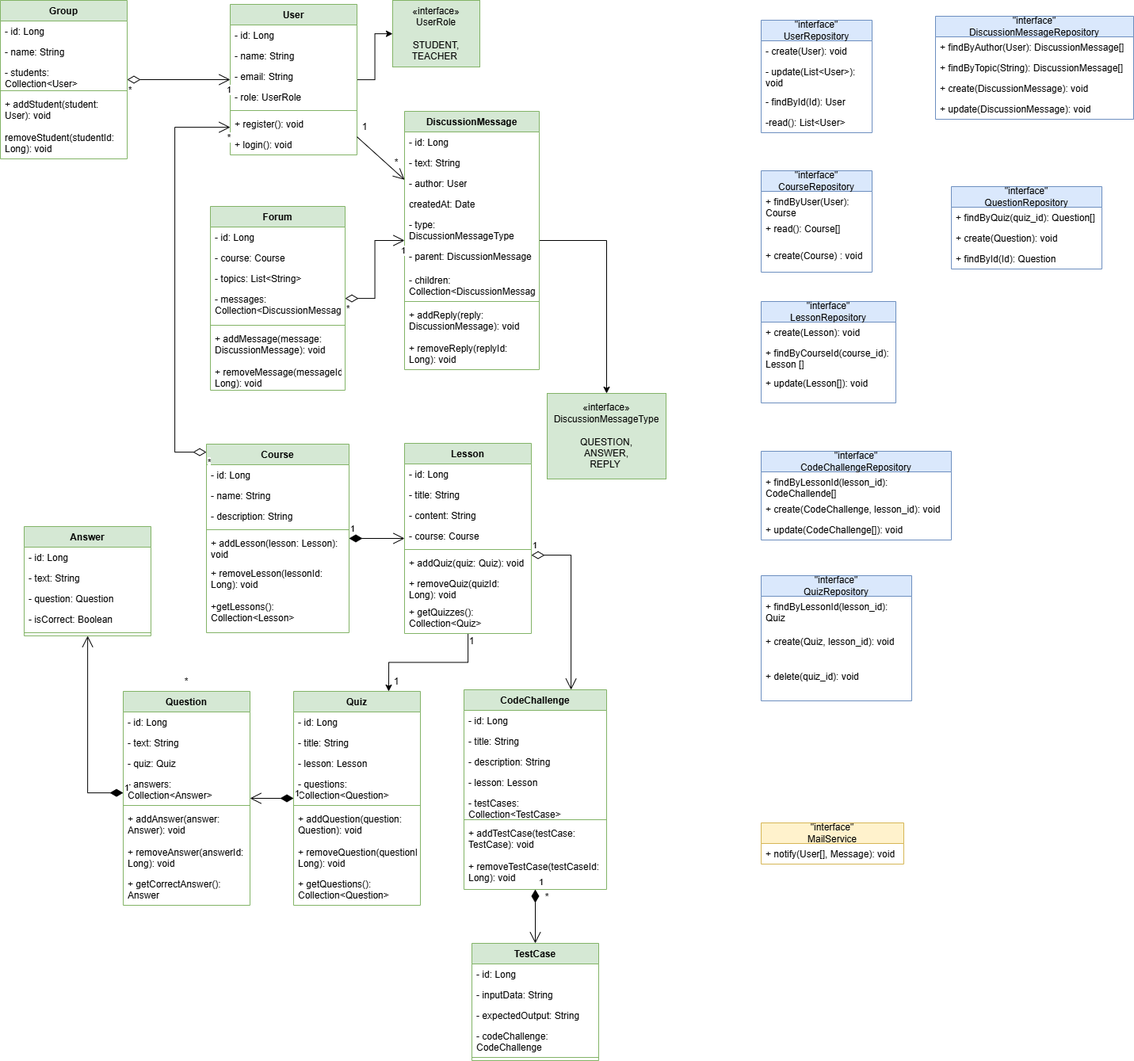
The draw.io diagram akademia_diagram.png in NikolajHon/Academy_Backend, before a commit. Source tidied: cells renumbered, new cells last; positions are measured from the earlier drawing's top-left corner, leaving out a move shared by most shapes.
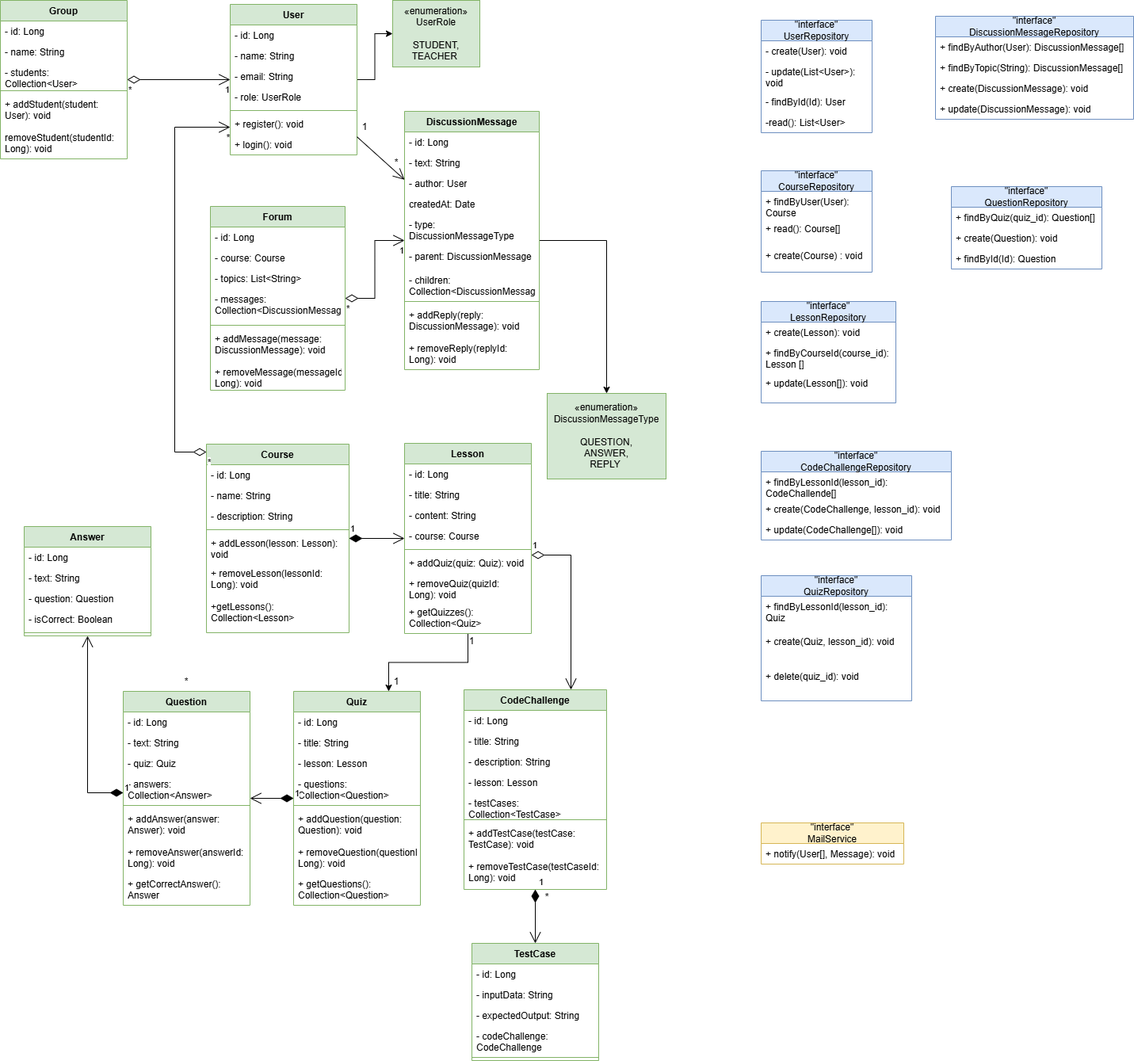
After the commit.

Change to the diagram source:
```diff
@@ -281,10 +281,10 @@
     <mxCell id="94" value="removeStudent(studentId: Long): void" style="text;strokeColor=none;fillColor=none;align=left;verticalAlign=top;spacingLeft=4;spacingRight=4;overflow=hidden;whiteSpace=wrap;html=1;" parent="88" vertex="1">
       <mxGeometry y="160" width="160" height="40" as="geometry" />
     </mxCell>
-    <mxCell id="95" value="«interface»&lt;br&gt;UserRole&lt;div&gt;&lt;br&gt;&lt;/div&gt;&lt;div&gt;STUDENT,&lt;/div&gt;&lt;div&gt;TEACHER&amp;nbsp;&lt;/div&gt;" style="html=1;whiteSpace=wrap;fillColor=#d5e8d4;strokeColor=#82b366;" parent="1" vertex="1">
+    <mxCell id="95" value="«enumeration»&lt;br&gt;UserRole&lt;div&gt;&lt;br&gt;&lt;/div&gt;&lt;div&gt;STUDENT,&lt;/div&gt;&lt;div&gt;TEACHER&amp;nbsp;&lt;/div&gt;" style="html=1;whiteSpace=wrap;fillColor=#d5e8d4;strokeColor=#82b366;" parent="1" vertex="1">
       <mxGeometry x="495" width="110" height="84" as="geometry" />
     </mxCell>
-    <mxCell id="96" value="«interface»&lt;br&gt;DiscussionMessageType&lt;div&gt;&lt;br&gt;&lt;/div&gt;&lt;div&gt;QUESTION,&lt;/div&gt;&lt;div&gt;&lt;span style=&quot;background-color: transparent; color: light-dark(rgb(0, 0, 0), rgb(255, 255, 255));&quot;&gt;ANSWER,&lt;/span&gt;&lt;/div&gt;&lt;div&gt;&lt;span style=&quot;background-color: transparent; color: light-dark(rgb(0, 0, 0), rgb(255, 255, 255));&quot;&gt;REPLY&amp;nbsp;&lt;/span&gt;&lt;/div&gt;" style="html=1;whiteSpace=wrap;fillColor=#d5e8d4;strokeColor=#82b366;" parent="1" vertex="1">
+    <mxCell id="96" value="«enumeration»&lt;br&gt;DiscussionMessageType&lt;div&gt;&lt;br&gt;&lt;/div&gt;&lt;div&gt;QUESTION,&lt;/div&gt;&lt;div&gt;&lt;span style=&quot;background-color: transparent; color: light-dark(rgb(0, 0, 0), rgb(255, 255, 255));&quot;&gt;ANSWER,&lt;/span&gt;&lt;/div&gt;&lt;div&gt;&lt;span style=&quot;background-color: transparent; color: light-dark(rgb(0, 0, 0), rgb(255, 255, 255));&quot;&gt;REPLY&amp;nbsp;&lt;/span&gt;&lt;/div&gt;" style="html=1;whiteSpace=wrap;fillColor=#d5e8d4;strokeColor=#82b366;" parent="1" vertex="1">
       <mxGeometry x="690" y="496" width="150" height="108" as="geometry" />
     </mxCell>
     <mxCell id="97" value="*" style="text;strokeColor=none;align=center;fillColor=none;html=1;verticalAlign=middle;whiteSpace=wrap;rounded=0;" parent="1" vertex="1">
```
